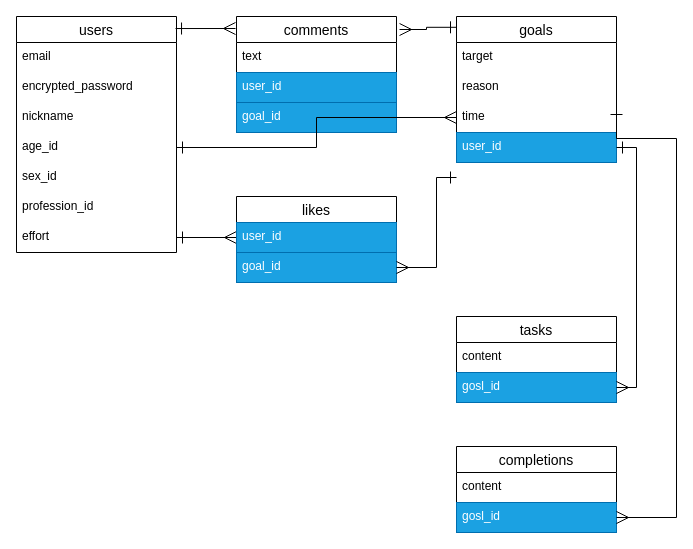
The draw.io diagram main.dio in kei11235/mainapp, before the edit. Source tidied: cells renumbered, new cells numbered last; positions are measured from the earlier drawing's top-left corner, leaving out a move shared by most shapes. Both pictures are drawn from the tidied source at 100%, with x=0, y=0 at pixel (16, 16).
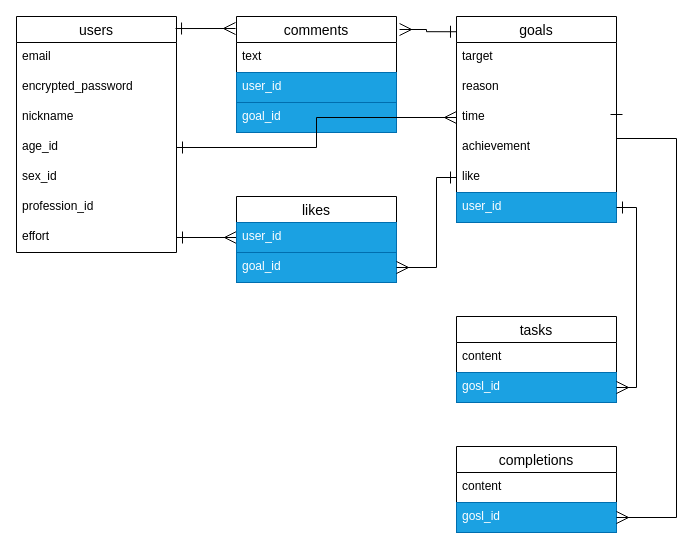
The same diagram, later.

The edit, as a diff of the source:
```diff
@@
     <mxCell id="10" value="goals" style="swimlane;fontStyle=0;horizontal=1;startSize=26;align=center;fontSize=14;" parent="1" vertex="1">
-      <mxGeometry x="440" width="160" height="146" as="geometry" />
+      <mxGeometry x="440" width="160" height="206" as="geometry" />
     </mxCell>
@@
+    <mxCell id="35" value="achievement" style="text;strokeColor=none;fillColor=none;spacingLeft=4;spacingRight=4;overflow=hidden;fontSize=12;" parent="10" vertex="1">
+      <mxGeometry y="116" width="160" height="30" as="geometry" />
+    </mxCell>
+    <mxCell id="36" value="like" style="text;strokeColor=none;fillColor=none;spacingLeft=4;spacingRight=4;overflow=hidden;fontSize=12;" parent="10" vertex="1">
+      <mxGeometry y="146" width="160" height="30" as="geometry" />
+    </mxCell>
     <mxCell id="14" value="user_id" style="text;strokeColor=#006EAF;fillColor=#1ba1e2;spacingLeft=4;spacingRight=4;overflow=hidden;points=[[0,0.5],[1,0.5]];portConstraint=eastwest;fontSize=12;fontColor=#ffffff;" parent="10" vertex="1">
-      <mxGeometry y="116" width="160" height="30" as="geometry" />
+      <mxGeometry y="176" width="160" height="30" as="geometry" />
     </mxCell>
```
